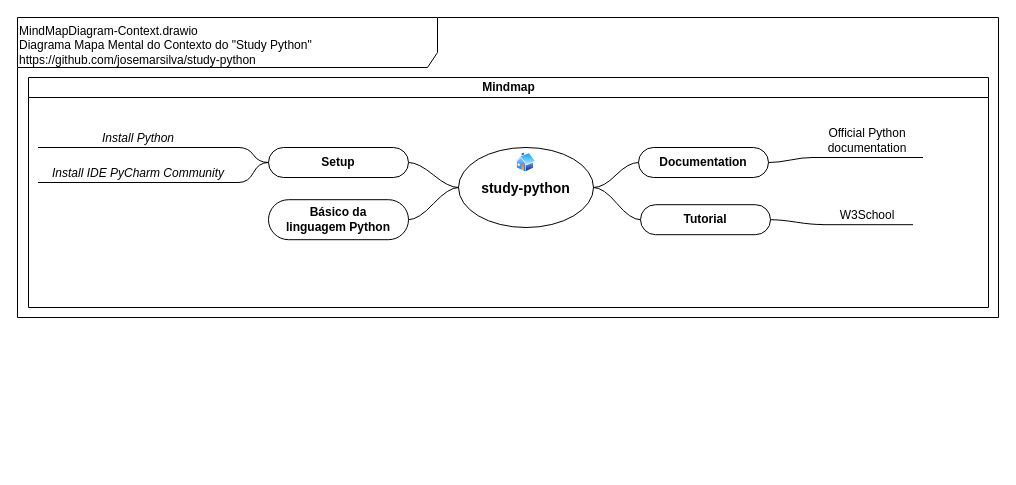
Earlier version of the draw.io diagram doc/mind-maps/MindMapDiagram-Context.drawio (josemarsilva/study-python). Source tidied: cells renumbered, new cells numbered last; positions are measured from the earlier drawing's top-left corner, leaving out a move shared by most shapes. Both pictures are drawn from the tidied source at 100%, with x=0, y=0 at pixel (17, 17).
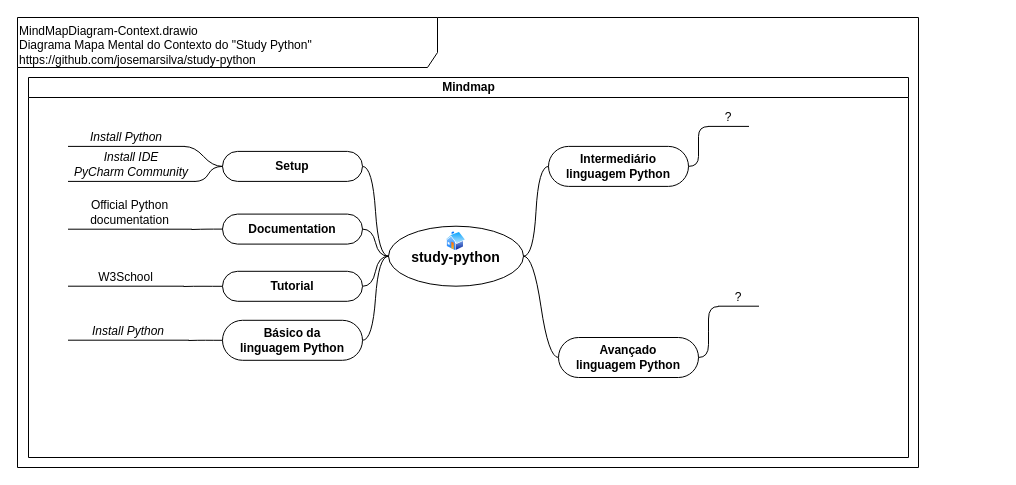
After the change.

Change to the diagram source:
```diff
@@
     <mxCell id="2" value="&lt;div&gt;&lt;/div&gt;MindMapDiagram-Context.drawio&lt;br&gt;Diagrama Mapa Mental do Contexto do &quot;Study Python&quot;&lt;br&gt;https://github.com/josemarsilva/study-python" style="shape=umlFrame;whiteSpace=wrap;html=1;width=420;height=50;verticalAlign=top;align=left;" parent="1" vertex="1">
-      <mxGeometry width="981" height="300" as="geometry" />
+      <mxGeometry width="901" height="450" as="geometry" />
     </mxCell>
     <mxCell id="3" value="Mindmap" style="swimlane;html=1;startSize=20;horizontal=1;containerType=tree;" parent="1" vertex="1">
-      <mxGeometry x="11" y="60" width="960" height="230" as="geometry" />
+      <mxGeometry x="11" y="60" width="880" height="380" as="geometry" />
     </mxCell>
     <mxCell id="4" value="Install Python" style="whiteSpace=wrap;html=1;shape=partialRectangle;top=0;left=0;bottom=1;right=0;points=[[0,1],[1,1]];fillColor=none;align=center;verticalAlign=bottom;routingCenterY=0.5;snapToPoint=1;newEdgeStyle={&quot;edgeStyle&quot;:&quot;entityRelationEdgeStyle&quot;,&quot;startArrow&quot;:&quot;none&quot;,&quot;endArrow&quot;:&quot;none&quot;,&quot;segment&quot;:10,&quot;curved&quot;:1};fontStyle=2;" parent="3" vertex="1">
-      <mxGeometry x="10" y="50" width="200" height="20" as="geometry" />
+      <mxGeometry x="40" y="48.9" width="116" height="20" as="geometry" />
     </mxCell>
     <mxCell id="5" value="&lt;font style=&quot;font-size: 14px&quot;&gt;study-python&lt;/font&gt;" style="ellipse;whiteSpace=wrap;html=1;align=center;newEdgeStyle={&quot;edgeStyle&quot;:&quot;entityRelationEdgeStyle&quot;,&quot;startArrow&quot;:&quot;none&quot;,&quot;endArrow&quot;:&quot;none&quot;,&quot;segment&quot;:10,&quot;curved&quot;:1};fontStyle=1;fontSize=18;" parent="3" vertex="1">
-      <mxGeometry x="430" y="70" width="135" height="80" as="geometry" />
+      <mxGeometry x="360" y="148.7" width="135" height="60" as="geometry" />
     </mxCell>
     <mxCell id="6" style="perimeter=ellipsePerimeter;html=1;align=center;shadow=0;dashed=0;spacingTop=3;image;image=img/lib/active_directory/home.svg;fontSize=18;" parent="3" vertex="1">
-      <mxGeometry x="487.2" y="75" width="20.6" height="20" as="geometry" />
+      <mxGeometry x="417.2" y="153.7" width="20.6" height="20" as="geometry" />
     </mxCell>
-    <mxCell id="7" value="Documentation" style="whiteSpace=wrap;html=1;rounded=1;arcSize=50;align=center;verticalAlign=middle;strokeWidth=1;spacing=4;newEdgeStyle={&quot;edgeStyle&quot;:&quot;entityRelationEdgeStyle&quot;,&quot;startArrow&quot;:&quot;none&quot;,&quot;endArrow&quot;:&quot;none&quot;,&quot;segment&quot;:10,&quot;curved&quot;:1};fontStyle=1;" parent="3" vertex="1">
-      <mxGeometry x="610" y="70" width="130" height="30" as="geometry" />
+    <mxCell id="7" value="Intermediário&lt;br&gt;linguagem Python" style="whiteSpace=wrap;html=1;rounded=1;arcSize=50;align=center;verticalAlign=middle;strokeWidth=1;spacing=4;newEdgeStyle={&quot;edgeStyle&quot;:&quot;entityRelationEdgeStyle&quot;,&quot;startArrow&quot;:&quot;none&quot;,&quot;endArrow&quot;:&quot;none&quot;,&quot;segment&quot;:10,&quot;curved&quot;:1};fontStyle=1;" parent="3" vertex="1">
+      <mxGeometry x="520" y="68.9" width="140" height="40" as="geometry" />
     </mxCell>
-    <mxCell id="8" style="edgeStyle=entityRelationEdgeStyle;startArrow=none;endArrow=none;segment=10;curved=1;exitX=1;exitY=0.5;exitDx=0;exitDy=0;entryX=0;entryY=0.5;entryDx=0;entryDy=0;" parent="3" edge="1" source="5" target="7">
+    <mxCell id="8" style="edgeStyle=entityRelationEdgeStyle;startArrow=none;endArrow=none;segment=10;curved=1;exitX=1;exitY=0.5;exitDx=0;exitDy=0;" parent="3" edge="1" source="5" target="7">
       <mxGeometry relative="1" as="geometry" />
     </mxCell>
-    <mxCell id="9" value="Official Python &lt;br&gt;documentation" style="whiteSpace=wrap;html=1;shape=partialRectangle;top=0;left=0;bottom=1;right=0;points=[[0,1],[1,1]];fillColor=none;align=center;verticalAlign=bottom;routingCenterY=0.5;snapToPoint=1;newEdgeStyle={&quot;edgeStyle&quot;:&quot;entityRelationEdgeStyle&quot;,&quot;startArrow&quot;:&quot;none&quot;,&quot;endArrow&quot;:&quot;none&quot;,&quot;segment&quot;:10,&quot;curved&quot;:1};" parent="3" vertex="1">
-      <mxGeometry x="784" y="50" width="110" height="30" as="geometry" />
+    <mxCell id="9" value="?" style="whiteSpace=wrap;html=1;shape=partialRectangle;top=0;left=0;bottom=1;right=0;points=[[0,1],[1,1]];fillColor=none;align=center;verticalAlign=bottom;routingCenterY=0.5;snapToPoint=1;newEdgeStyle={&quot;edgeStyle&quot;:&quot;entityRelationEdgeStyle&quot;,&quot;startArrow&quot;:&quot;none&quot;,&quot;endArrow&quot;:&quot;none&quot;,&quot;segment&quot;:10,&quot;curved&quot;:1};" parent="3" vertex="1">
+      <mxGeometry x="680" y="28.9" width="40" height="20" as="geometry" />
     </mxCell>
@@
-    <mxCell id="11" value="W3School" style="whiteSpace=wrap;html=1;shape=partialRectangle;top=0;left=0;bottom=1;right=0;points=[[0,1],[1,1]];fillColor=none;align=center;verticalAlign=bottom;routingCenterY=0.5;snapToPoint=1;newEdgeStyle={&quot;edgeStyle&quot;:&quot;entityRelationEdgeStyle&quot;,&quot;startArrow&quot;:&quot;none&quot;,&quot;endArrow&quot;:&quot;none&quot;,&quot;segment&quot;:10,&quot;curved&quot;:1};" parent="3" vertex="1">
-      <mxGeometry x="794" y="127.2" width="90" height="20" as="geometry" />
+    <mxCell id="11" value="?" style="whiteSpace=wrap;html=1;shape=partialRectangle;top=0;left=0;bottom=1;right=0;points=[[0,1],[1,1]];fillColor=none;align=center;verticalAlign=bottom;routingCenterY=0.5;snapToPoint=1;newEdgeStyle={&quot;edgeStyle&quot;:&quot;entityRelationEdgeStyle&quot;,&quot;startArrow&quot;:&quot;none&quot;,&quot;endArrow&quot;:&quot;none&quot;,&quot;segment&quot;:10,&quot;curved&quot;:1};" parent="3" vertex="1">
+      <mxGeometry x="690" y="208.7" width="40" height="20" as="geometry" />
     </mxCell>
+    <mxCell id="22" value="&lt;span style=&quot;font-style: normal&quot;&gt;W3School&lt;/span&gt;" style="whiteSpace=wrap;html=1;shape=partialRectangle;top=0;left=0;bottom=1;right=0;points=[[0,1],[1,1]];fillColor=none;align=center;verticalAlign=bottom;routingCenterY=0.5;snapToPoint=1;newEdgeStyle={&quot;edgeStyle&quot;:&quot;entityRelationEdgeStyle&quot;,&quot;startArrow&quot;:&quot;none&quot;,&quot;endArrow&quot;:&quot;none&quot;,&quot;segment&quot;:10,&quot;curved&quot;:1};fontStyle=2;" parent="3" vertex="1">
+      <mxGeometry x="40" y="188.7" width="115" height="20" as="geometry" />
+    </mxCell>
-    <mxCell id="12" style="edgeStyle=entityRelationEdgeStyle;startArrow=none;endArrow=none;segment=10;curved=1;" parent="1" edge="1" source="5" target="14">
+    <mxCell id="12" style="edgeStyle=entityRelationEdgeStyle;startArrow=none;endArrow=none;segment=10;curved=1;exitX=0;exitY=0.5;exitDx=0;exitDy=0;" parent="1" edge="1" source="5" target="14">
       <mxGeometry relative="1" as="geometry" />
     </mxCell>
@@
     <mxCell id="14" value="Básico da &lt;br&gt;linguagem Python" style="whiteSpace=wrap;html=1;rounded=1;arcSize=50;align=center;verticalAlign=middle;strokeWidth=1;spacing=4;newEdgeStyle={&quot;edgeStyle&quot;:&quot;entityRelationEdgeStyle&quot;,&quot;startArrow&quot;:&quot;none&quot;,&quot;endArrow&quot;:&quot;none&quot;,&quot;segment&quot;:10,&quot;curved&quot;:1};fontStyle=1;" parent="1" vertex="1">
-      <mxGeometry x="251" y="182.2" width="140" height="40" as="geometry" />
+      <mxGeometry x="205" y="302.8" width="140" height="40" as="geometry" />
     </mxCell>
     <mxCell id="15" value="Setup" style="whiteSpace=wrap;html=1;rounded=1;arcSize=50;align=center;verticalAlign=middle;strokeWidth=1;spacing=4;newEdgeStyle={&quot;edgeStyle&quot;:&quot;entityRelationEdgeStyle&quot;,&quot;startArrow&quot;:&quot;none&quot;,&quot;endArrow&quot;:&quot;none&quot;,&quot;segment&quot;:10,&quot;curved&quot;:1};fontStyle=1;" parent="1" vertex="1">
-      <mxGeometry x="251" y="130" width="140" height="30" as="geometry" />
+      <mxGeometry x="205" y="133.9" width="140" height="30" as="geometry" />
     </mxCell>
@@
-    <mxCell id="17" value="Install IDE PyCharm Community" style="whiteSpace=wrap;html=1;shape=partialRectangle;top=0;left=0;bottom=1;right=0;points=[[0,1],[1,1]];fillColor=none;align=center;verticalAlign=bottom;routingCenterY=0.5;snapToPoint=1;newEdgeStyle={&quot;edgeStyle&quot;:&quot;entityRelationEdgeStyle&quot;,&quot;startArrow&quot;:&quot;none&quot;,&quot;endArrow&quot;:&quot;none&quot;,&quot;segment&quot;:10,&quot;curved&quot;:1};fontStyle=2;" parent="1" vertex="1">
-      <mxGeometry x="21" y="145" width="200" height="20" as="geometry" />
+    <mxCell id="17" value="Install IDE &lt;br&gt;PyCharm Community" style="whiteSpace=wrap;html=1;shape=partialRectangle;top=0;left=0;bottom=1;right=0;points=[[0,1],[1,1]];fillColor=none;align=center;verticalAlign=bottom;routingCenterY=0.5;snapToPoint=1;newEdgeStyle={&quot;edgeStyle&quot;:&quot;entityRelationEdgeStyle&quot;,&quot;startArrow&quot;:&quot;none&quot;,&quot;endArrow&quot;:&quot;none&quot;,&quot;segment&quot;:10,&quot;curved&quot;:1};fontStyle=2;" parent="1" vertex="1">
+      <mxGeometry x="51" y="133.9" width="126" height="30" as="geometry" />
     </mxCell>
@@
-    <mxCell id="20" value="Tutorial" style="whiteSpace=wrap;html=1;rounded=1;arcSize=50;align=center;verticalAlign=middle;strokeWidth=1;spacing=4;newEdgeStyle={&quot;edgeStyle&quot;:&quot;entityRelationEdgeStyle&quot;,&quot;startArrow&quot;:&quot;none&quot;,&quot;endArrow&quot;:&quot;none&quot;,&quot;segment&quot;:10,&quot;curved&quot;:1};fontStyle=1;" parent="1" vertex="1">
-      <mxGeometry x="623" y="187.2" width="130" height="30" as="geometry" />
+    <mxCell id="20" value="Avançado&lt;br&gt;linguagem Python" style="whiteSpace=wrap;html=1;rounded=1;arcSize=50;align=center;verticalAlign=middle;strokeWidth=1;spacing=4;newEdgeStyle={&quot;edgeStyle&quot;:&quot;entityRelationEdgeStyle&quot;,&quot;startArrow&quot;:&quot;none&quot;,&quot;endArrow&quot;:&quot;none&quot;,&quot;segment&quot;:10,&quot;curved&quot;:1};fontStyle=1;" parent="1" vertex="1">
+      <mxGeometry x="541" y="320" width="140" height="40" as="geometry" />
     </mxCell>
@@
+    <mxCell id="23" style="edgeStyle=entityRelationEdgeStyle;startArrow=none;endArrow=none;segment=10;curved=1;exitX=0;exitY=0.5;exitDx=0;exitDy=0;" parent="1" edge="1" source="5" target="25">
+      <mxGeometry relative="1" as="geometry" />
+    </mxCell>
+    <mxCell id="24" style="edgeStyle=entityRelationEdgeStyle;startArrow=none;endArrow=none;segment=10;curved=1;exitX=0;exitY=0.5;exitDx=0;exitDy=0;entryX=1;entryY=0.5;entryDx=0;entryDy=0;" parent="1" edge="1" source="5" target="26">
+      <mxGeometry relative="1" as="geometry" />
+    </mxCell>
+    <mxCell id="25" value="Tutorial" style="whiteSpace=wrap;html=1;rounded=1;arcSize=50;align=center;verticalAlign=middle;strokeWidth=1;spacing=4;newEdgeStyle={&quot;edgeStyle&quot;:&quot;entityRelationEdgeStyle&quot;,&quot;startArrow&quot;:&quot;none&quot;,&quot;endArrow&quot;:&quot;none&quot;,&quot;segment&quot;:10,&quot;curved&quot;:1};fontStyle=1;" parent="1" vertex="1">
+      <mxGeometry x="205" y="253.8" width="140" height="30" as="geometry" />
+    </mxCell>
+    <mxCell id="26" value="Documentation" style="whiteSpace=wrap;html=1;rounded=1;arcSize=50;align=center;verticalAlign=middle;strokeWidth=1;spacing=4;newEdgeStyle={&quot;edgeStyle&quot;:&quot;entityRelationEdgeStyle&quot;,&quot;startArrow&quot;:&quot;none&quot;,&quot;endArrow&quot;:&quot;none&quot;,&quot;segment&quot;:10,&quot;curved&quot;:1};fontStyle=1;" parent="1" vertex="1">
+      <mxGeometry x="205" y="196.6" width="140" height="30" as="geometry" />
+    </mxCell>
+    <mxCell id="27" value="Install Python" style="whiteSpace=wrap;html=1;shape=partialRectangle;top=0;left=0;bottom=1;right=0;points=[[0,1],[1,1]];fillColor=none;align=center;verticalAlign=bottom;routingCenterY=0.5;snapToPoint=1;newEdgeStyle={&quot;edgeStyle&quot;:&quot;entityRelationEdgeStyle&quot;,&quot;startArrow&quot;:&quot;none&quot;,&quot;endArrow&quot;:&quot;none&quot;,&quot;segment&quot;:10,&quot;curved&quot;:1};fontStyle=2;" parent="1" vertex="1">
+      <mxGeometry x="51" y="302.7" width="120" height="20" as="geometry" />
+    </mxCell>
+    <mxCell id="28" style="edgeStyle=entityRelationEdgeStyle;startArrow=none;endArrow=none;segment=10;curved=1;exitX=0;exitY=0.5;exitDx=0;exitDy=0;" parent="1" edge="1" source="14" target="27">
+      <mxGeometry relative="1" as="geometry" />
+    </mxCell>
+    <mxCell id="29" value="&lt;span style=&quot;font-style: normal&quot;&gt;Official Python&lt;/span&gt;&lt;br style=&quot;font-style: normal&quot;&gt;&lt;span style=&quot;font-style: normal&quot;&gt;documentation&lt;/span&gt;" style="whiteSpace=wrap;html=1;shape=partialRectangle;top=0;left=0;bottom=1;right=0;points=[[0,1],[1,1]];fillColor=none;align=center;verticalAlign=bottom;routingCenterY=0.5;snapToPoint=1;newEdgeStyle={&quot;edgeStyle&quot;:&quot;entityRelationEdgeStyle&quot;,&quot;startArrow&quot;:&quot;none&quot;,&quot;endArrow&quot;:&quot;none&quot;,&quot;segment&quot;:10,&quot;curved&quot;:1};fontStyle=2;" parent="1" vertex="1">
+      <mxGeometry x="51" y="181.7" width="123" height="30" as="geometry" />
+    </mxCell>
+    <mxCell id="30" style="edgeStyle=entityRelationEdgeStyle;startArrow=none;endArrow=none;segment=10;curved=1;exitX=0;exitY=0.5;exitDx=0;exitDy=0;" parent="1" edge="1" source="26" target="29">
+      <mxGeometry relative="1" as="geometry" />
+    </mxCell>
+    <mxCell id="31" style="edgeStyle=entityRelationEdgeStyle;startArrow=none;endArrow=none;segment=10;curved=1;" parent="1" edge="1" source="25" target="22">
+      <mxGeometry relative="1" as="geometry" />
+    </mxCell>
```
